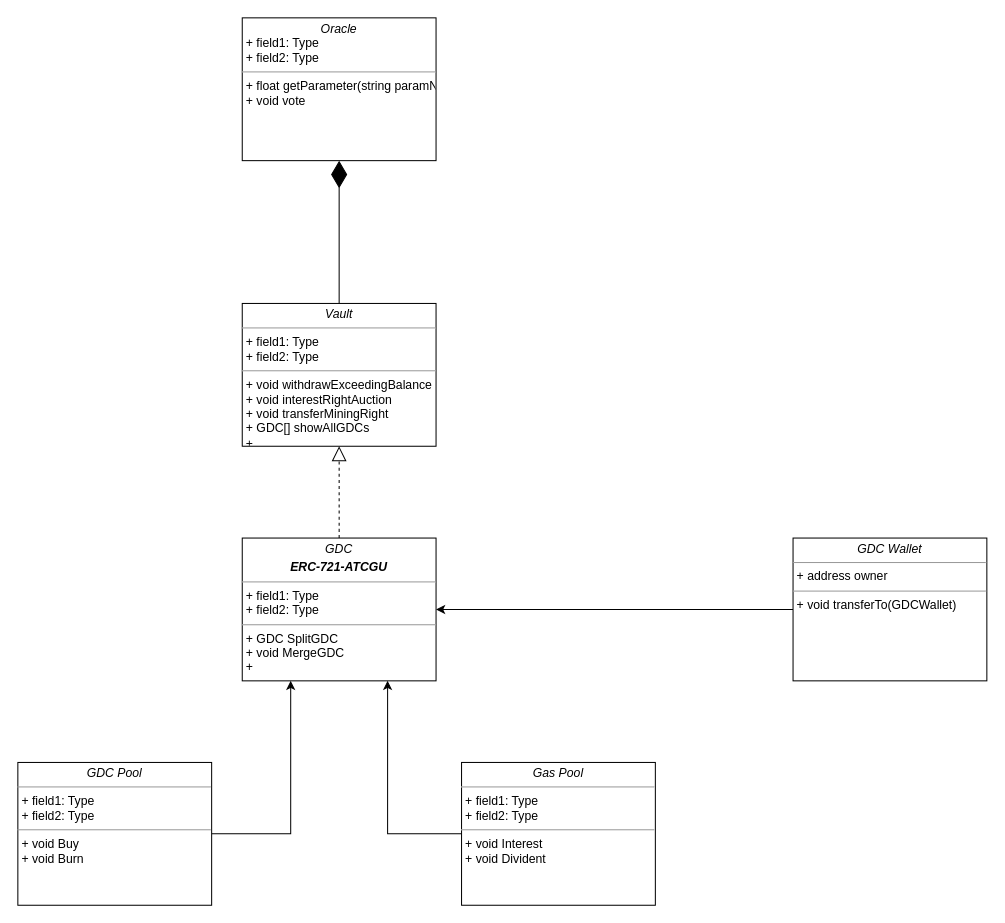
Earlier version of the draw.io diagram GDC.drawio (daugdc/atcgu). Source tidied: cells renumbered, new cells numbered last; positions are measured from the earlier drawing's top-left corner, leaving out a move shared by most shapes. Both pictures are drawn from the tidied source at 102%, with x=0, y=0 at pixel (17, 17).
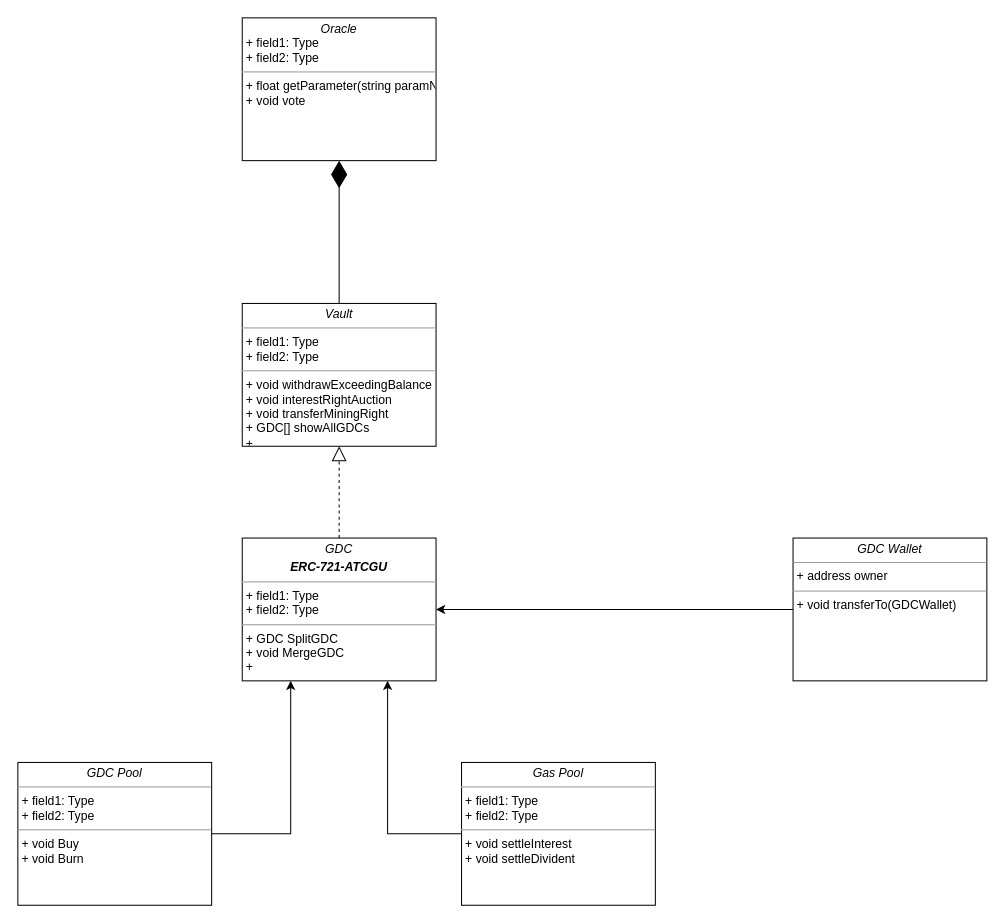
The same page after the edit.

What changed in the source:
```diff
@@
 <mxGraphModel>
   <root>
     <mxCell id="0" />
     <mxCell id="1" parent="0" />
     <mxCell id="2" value="&lt;p style=&quot;margin: 0px ; margin-top: 4px ; text-align: center&quot;&gt;&lt;i&gt;Vault&lt;/i&gt;&lt;/p&gt;&lt;hr size=&quot;1&quot;&gt;&lt;p style=&quot;margin: 0px ; margin-left: 4px&quot;&gt;+ field1: Type&lt;br&gt;+ field2: Type&lt;/p&gt;&lt;hr size=&quot;1&quot;&gt;&lt;p style=&quot;margin: 0px ; margin-left: 4px&quot;&gt;+ void withdrawExceedingBalance&lt;br&gt;+ void interestRightAuction&lt;/p&gt;&lt;p style=&quot;margin: 0px ; margin-left: 4px&quot;&gt;+ void transferMiningRight&lt;/p&gt;&lt;p style=&quot;margin: 0px ; margin-left: 4px&quot;&gt;+ GDC[] showAllGDCs&lt;/p&gt;&lt;p style=&quot;margin: 0px ; margin-left: 4px&quot;&gt;+&amp;nbsp;&lt;/p&gt;" style="verticalAlign=top;align=left;overflow=fill;fontSize=12;fontFamily=Helvetica;html=1;" parent="1" vertex="1">
       <mxGeometry x="220" y="280" width="190" height="140" as="geometry" />
     </mxCell>
     <mxCell id="3" value="&lt;p style=&quot;margin: 0px ; margin-top: 4px ; text-align: center&quot;&gt;&lt;i&gt;GDC&lt;/i&gt;&lt;/p&gt;&lt;p style=&quot;margin: 0px ; margin-top: 4px ; text-align: center&quot;&gt;&lt;i&gt;&lt;b&gt;ERC-721-ATCGU&lt;/b&gt;&lt;/i&gt;&lt;/p&gt;&lt;hr size=&quot;1&quot;&gt;&lt;p style=&quot;margin: 0px ; margin-left: 4px&quot;&gt;+ field1: Type&lt;br&gt;+ field2: Type&lt;/p&gt;&lt;hr size=&quot;1&quot;&gt;&lt;p style=&quot;margin: 0px ; margin-left: 4px&quot;&gt;+ GDC SplitGDC&lt;/p&gt;&lt;p style=&quot;margin: 0px ; margin-left: 4px&quot;&gt;+ void MergeGDC&lt;/p&gt;&lt;p style=&quot;margin: 0px ; margin-left: 4px&quot;&gt;+&amp;nbsp;&lt;/p&gt;" style="verticalAlign=top;align=left;overflow=fill;fontSize=12;fontFamily=Helvetica;html=1;" parent="1" vertex="1">
       <mxGeometry x="220" y="510" width="190" height="140" as="geometry" />
     </mxCell>
     <mxCell id="4" style="edgeStyle=orthogonalEdgeStyle;rounded=0;jettySize=auto;html=1;entryX=0.25;entryY=1;entryDx=0;entryDy=0;" parent="1" edge="1" source="5" target="3">
       <mxGeometry relative="1" as="geometry" />
     </mxCell>
     <mxCell id="5" value="&lt;p style=&quot;margin: 0px ; margin-top: 4px ; text-align: center&quot;&gt;&lt;i&gt;GDC Pool&lt;/i&gt;&lt;/p&gt;&lt;hr size=&quot;1&quot;&gt;&lt;p style=&quot;margin: 0px ; margin-left: 4px&quot;&gt;+ field1: Type&lt;br&gt;+ field2: Type&lt;/p&gt;&lt;hr size=&quot;1&quot;&gt;&lt;p style=&quot;margin: 0px ; margin-left: 4px&quot;&gt;+ void Buy&lt;/p&gt;&lt;p style=&quot;margin: 0px ; margin-left: 4px&quot;&gt;+ void Burn&lt;/p&gt;" style="verticalAlign=top;align=left;overflow=fill;fontSize=12;fontFamily=Helvetica;html=1;" parent="1" vertex="1">
       <mxGeometry y="730" width="190" height="140" as="geometry" />
     </mxCell>
     <mxCell id="6" style="edgeStyle=orthogonalEdgeStyle;rounded=0;jettySize=auto;html=1;entryX=0.75;entryY=1;entryDx=0;entryDy=0;" parent="1" edge="1" source="7" target="3">
       <mxGeometry relative="1" as="geometry" />
     </mxCell>
-    <mxCell id="7" value="&lt;p style=&quot;margin: 0px ; margin-top: 4px ; text-align: center&quot;&gt;&lt;i&gt;Gas Pool&lt;/i&gt;&lt;/p&gt;&lt;hr size=&quot;1&quot;&gt;&lt;p style=&quot;margin: 0px ; margin-left: 4px&quot;&gt;+ field1: Type&lt;br&gt;+ field2: Type&lt;/p&gt;&lt;hr size=&quot;1&quot;&gt;&lt;p style=&quot;margin: 0px ; margin-left: 4px&quot;&gt;+ void Interest&lt;/p&gt;&lt;p style=&quot;margin: 0px ; margin-left: 4px&quot;&gt;+ void Divident&lt;/p&gt;" style="verticalAlign=top;align=left;overflow=fill;fontSize=12;fontFamily=Helvetica;html=1;" parent="1" vertex="1">
+    <mxCell id="7" value="&lt;p style=&quot;margin: 0px ; margin-top: 4px ; text-align: center&quot;&gt;&lt;i&gt;Gas Pool&lt;/i&gt;&lt;/p&gt;&lt;hr size=&quot;1&quot;&gt;&lt;p style=&quot;margin: 0px ; margin-left: 4px&quot;&gt;+ field1: Type&lt;br&gt;+ field2: Type&lt;/p&gt;&lt;hr size=&quot;1&quot;&gt;&lt;p style=&quot;margin: 0px ; margin-left: 4px&quot;&gt;+ void settleInterest&lt;/p&gt;&lt;p style=&quot;margin: 0px ; margin-left: 4px&quot;&gt;+ void settleDivident&lt;/p&gt;" style="verticalAlign=top;align=left;overflow=fill;fontSize=12;fontFamily=Helvetica;html=1;" parent="1" vertex="1">
       <mxGeometry x="435" y="730" width="190" height="140" as="geometry" />
     </mxCell>
     <mxCell id="8" style="edgeStyle=orthogonalEdgeStyle;rounded=0;jettySize=auto;html=1;" parent="1" edge="1" source="9" target="3">
       <mxGeometry relative="1" as="geometry" />
     </mxCell>
     <mxCell id="9" value="&lt;p style=&quot;margin: 0px ; margin-top: 4px ; text-align: center&quot;&gt;&lt;i&gt;GDC Wallet&lt;/i&gt;&lt;/p&gt;&lt;hr size=&quot;1&quot;&gt;&lt;p style=&quot;margin: 0px ; margin-left: 4px&quot;&gt;+ address owner&lt;br&gt;&lt;/p&gt;&lt;hr size=&quot;1&quot;&gt;&lt;p style=&quot;margin: 0px ; margin-left: 4px&quot;&gt;+ void transferTo(GDCWallet)&lt;/p&gt;" style="verticalAlign=top;align=left;overflow=fill;fontSize=12;fontFamily=Helvetica;html=1;" parent="1" vertex="1">
       <mxGeometry x="760" y="510" width="190" height="140" as="geometry" />
     </mxCell>
     <mxCell id="10" value="&lt;p style=&quot;margin: 0px ; margin-top: 4px ; text-align: center&quot;&gt;&lt;i&gt;Oracle&lt;/i&gt;&lt;/p&gt;&lt;p style=&quot;margin: 0px ; margin-left: 4px&quot;&gt;+ field1: Type&lt;br&gt;+ field2: Type&lt;/p&gt;&lt;hr size=&quot;1&quot;&gt;&lt;p style=&quot;margin: 0px ; margin-left: 4px&quot;&gt;+ float getParameter(string paramName)&lt;/p&gt;&lt;p style=&quot;margin: 0px ; margin-left: 4px&quot;&gt;+ void vote&lt;/p&gt;" style="verticalAlign=top;align=left;overflow=fill;fontSize=12;fontFamily=Helvetica;html=1;" parent="1" vertex="1">
       <mxGeometry x="220" width="190" height="140" as="geometry" />
     </mxCell>
     <mxCell id="11" style="endArrow=block;dashed=1;endFill=0;endSize=12;html=1;entryX=0.5;entryY=1;entryDx=0;entryDy=0;exitX=0.5;exitY=0;exitDx=0;exitDy=0;" parent="1" edge="1" source="3" target="2">
       <mxGeometry relative="1" as="geometry" />
     </mxCell>
     <mxCell id="12" style="endArrow=diamondThin;endFill=1;endSize=24;html=1;entryX=0.5;entryY=1;entryDx=0;entryDy=0;exitX=0.5;exitY=0;exitDx=0;exitDy=0;" parent="1" edge="1" source="2" target="10">
       <mxGeometry relative="1" as="geometry" />
     </mxCell>
   </root>
 </mxGraphModel>
```
